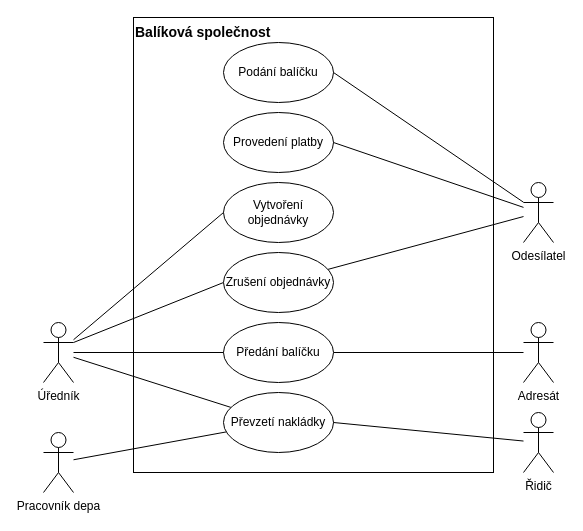
The draw.io diagram use-case.drawio in martinoak/culs-diagrams-net, before the edit. Source tidied: cells renumbered, new cells numbered last; positions are measured from the earlier drawing's top-left corner, leaving out a move shared by most shapes. Both pictures are drawn from the tidied source at 100%, with x=0, y=0 at pixel (43, 17).
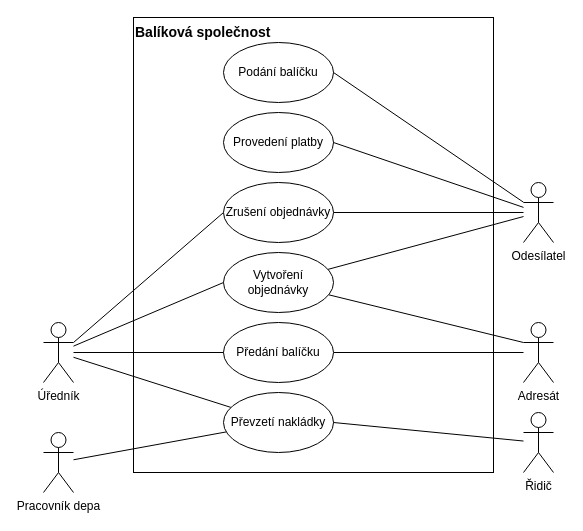
After the change.

The change refers to these unchanged cells:
```xml
<mxCell id="2" value="Odesílatel" style="shape=umlActor;verticalLabelPosition=bottom;verticalAlign=top;html=1;outlineConnect=0;" parent="1" vertex="1">
  <mxGeometry x="480" y="165" width="30" height="60" as="geometry" />
</mxCell>
<mxCell id="3" value="Adresát" style="shape=umlActor;verticalLabelPosition=bottom;verticalAlign=top;html=1;outlineConnect=0;" parent="1" vertex="1">
  <mxGeometry x="480" y="305" width="30" height="60" as="geometry" />
</mxCell>
```

The edit, as a diff of the source:
```diff
@@
+    <mxCell id="25" style="rounded=0;jettySize=auto;html=1;entryX=0;entryY=0.3333333333333333;entryDx=0;entryDy=0;entryPerimeter=0;endArrow=none;endFill=0;" parent="1" edge="1" source="8" target="3">
+      <mxGeometry relative="1" as="geometry" />
+    </mxCell>
+    <mxCell id="26" style="edgeStyle=none;rounded=0;jettySize=auto;html=1;endArrow=none;endFill=0;" parent="1" edge="1" source="8" target="2">
+      <mxGeometry relative="1" as="geometry" />
+    </mxCell>
     <mxCell id="8" value="Vytvoření objednávky" style="ellipse;whiteSpace=wrap;html=1;" parent="1" vertex="1">
-      <mxGeometry x="180" y="165" width="110" height="60" as="geometry" />
+      <mxGeometry x="180" y="235" width="110" height="60" as="geometry" />
     </mxCell>
@@
     <mxCell id="24" value="Zrušení objednávky" style="ellipse;whiteSpace=wrap;html=1;" parent="1" vertex="1">
-      <mxGeometry x="180" y="235" width="110" height="60" as="geometry" />
+      <mxGeometry x="180" y="165" width="110" height="60" as="geometry" />
     </mxCell>
```
